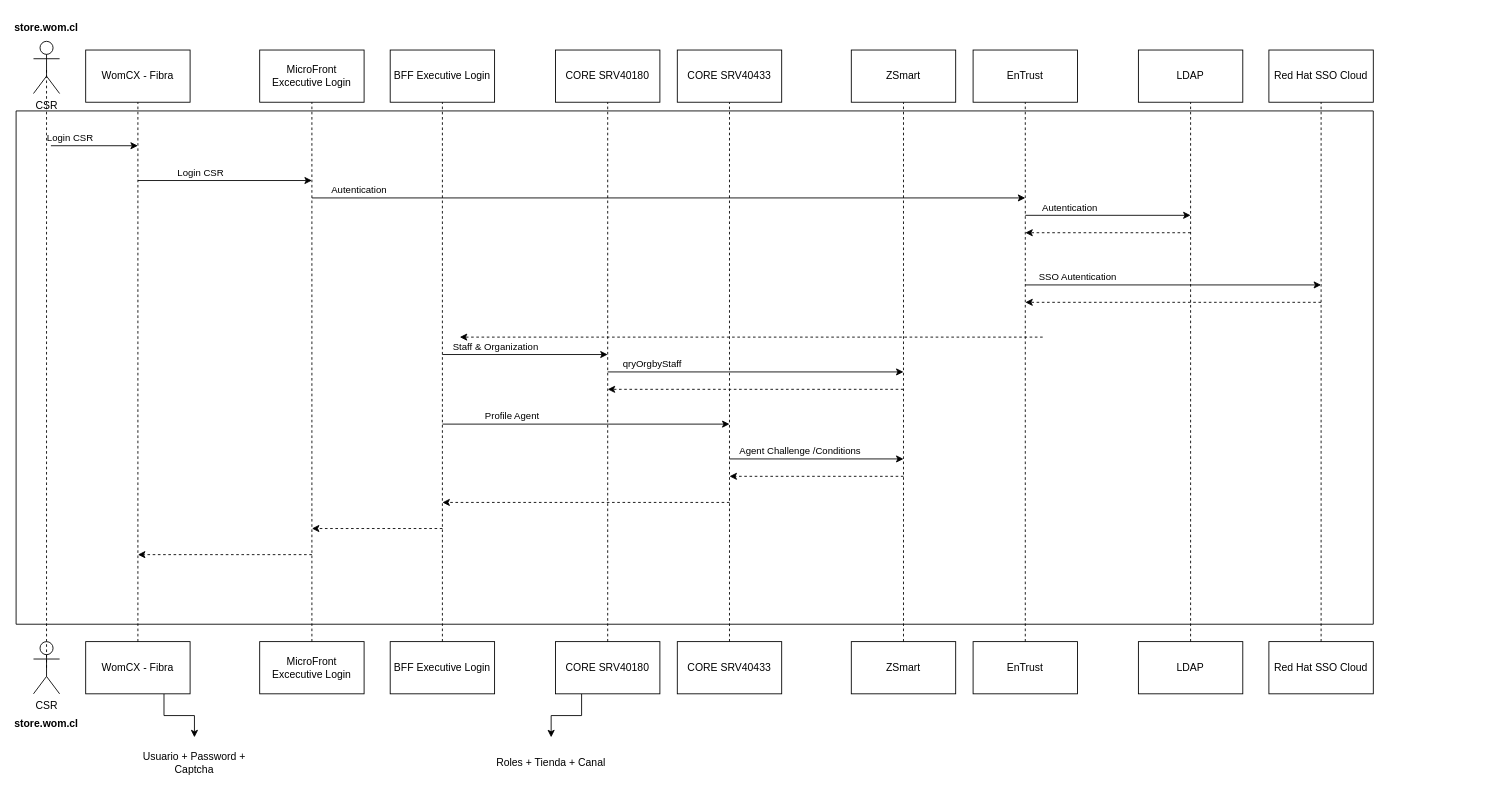
Earlier version of the draw.io diagram page "UML" (1 of 2) of LoginLayer.drawio (linosnt/womCX). Source tidied: cells renumbered, new cells numbered last; positions are measured from the earlier drawing's top-left corner, leaving out a move shared by most shapes. Both pictures are drawn from the tidied source at 87%, with x=0, y=0 at pixel (16, 15).
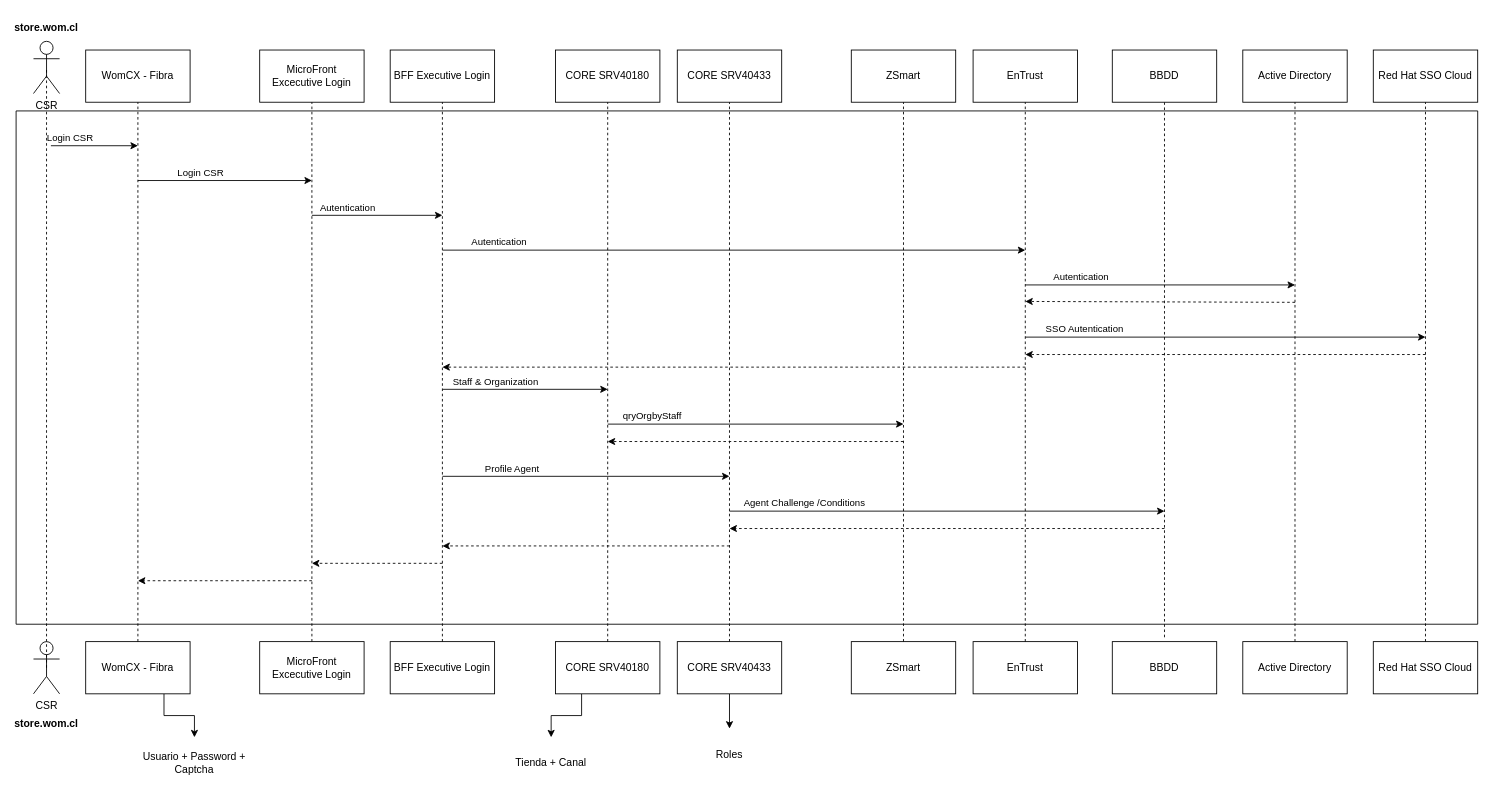
After the change.

Unchanged cells that the change refers to:
```xml
<mxCell id="33" value="CORE SRV40433" style="rounded=0;whiteSpace=wrap;html=1;" parent="1" vertex="1">
  <mxGeometry x="760" y="720" width="120" height="60" as="geometry" />
</mxCell>
```

What changed in the source:
```diff
@@
     <mxCell id="2" style="swimlane;startSize=0;" parent="1" vertex="1">
-      <mxGeometry y="110" width="1560" height="590" as="geometry" />
+      <mxGeometry y="110" width="1680" height="590" as="geometry" />
     </mxCell>
@@
-    <mxCell id="4" style="endArrow=classic;html=1;rounded=0;" parent="2" edge="1">
-      <mxGeometry relative="1" as="geometry">
-        <mxPoint x="1160" y="120" as="sourcePoint" />
-        <mxPoint x="1350" y="120" as="targetPoint" />
-      </mxGeometry>
-    </mxCell>
-    <mxCell id="5" value="Autentication" style="edgeLabel;html=1;align=center;verticalAlign=middle;fontSize=11;fontFamily=Helvetica;fontColor=default;" parent="4" vertex="1">
-      <mxGeometry x="-0.79" y="2" relative="1" as="geometry">
-        <mxPoint x="30" y="-8" as="offset" />
-      </mxGeometry>
-    </mxCell>
-    <mxCell id="6" style="endArrow=classic;html=1;rounded=0;labelBackgroundColor=default;strokeColor=default;fontFamily=Helvetica;fontSize=11;fontColor=default;shape=connector;dashed=1;" parent="2" edge="1">
-      <mxGeometry relative="1" as="geometry">
-        <mxPoint x="1500" y="220" as="sourcePoint" />
-        <mxPoint x="1160" y="220" as="targetPoint" />
-      </mxGeometry>
-    </mxCell>
     <mxCell id="7" style="endArrow=classic;html=1;rounded=0;labelBackgroundColor=default;strokeColor=default;fontFamily=Helvetica;fontSize=11;fontColor=default;shape=connector;dashed=1;" parent="2" edge="1">
       <mxGeometry relative="1" as="geometry">
-        <mxPoint x="820" y="450" as="sourcePoint" />
-        <mxPoint x="490" y="450" as="targetPoint" />
+        <mxPoint x="820" y="500" as="sourcePoint" />
+        <mxPoint x="490" y="500" as="targetPoint" />
       </mxGeometry>
     </mxCell>
     <mxCell id="8" style="endArrow=classic;html=1;rounded=0;labelBackgroundColor=default;strokeColor=default;fontFamily=Helvetica;fontSize=11;fontColor=default;shape=connector;" parent="2" edge="1">
       <mxGeometry relative="1" as="geometry">
-        <mxPoint x="680" y="300" as="sourcePoint" />
-        <mxPoint x="1020" y="300" as="targetPoint" />
+        <mxPoint x="680" y="360" as="sourcePoint" />
+        <mxPoint x="1020" y="360" as="targetPoint" />
       </mxGeometry>
     </mxCell>
@@
     <mxCell id="10" style="endArrow=classic;html=1;rounded=0;labelBackgroundColor=default;strokeColor=default;fontFamily=Helvetica;fontSize=11;fontColor=default;shape=connector;dashed=1;" parent="2" edge="1">
       <mxGeometry relative="1" as="geometry">
-        <mxPoint x="1020" y="320" as="sourcePoint" />
-        <mxPoint x="680" y="320" as="targetPoint" />
+        <mxPoint x="1020" y="380" as="sourcePoint" />
+        <mxPoint x="680" y="380" as="targetPoint" />
       </mxGeometry>
     </mxCell>
     <mxCell id="11" style="endArrow=classic;html=1;rounded=0;labelBackgroundColor=default;strokeColor=default;fontFamily=Helvetica;fontSize=11;fontColor=default;shape=connector;" parent="2" edge="1">
       <mxGeometry relative="1" as="geometry">
-        <mxPoint x="490" y="360" as="sourcePoint" />
-        <mxPoint x="820" y="360" as="targetPoint" />
+        <mxPoint x="490" y="420" as="sourcePoint" />
+        <mxPoint x="820" y="420" as="targetPoint" />
       </mxGeometry>
     </mxCell>
@@
     <mxCell id="13" style="endArrow=classic;html=1;rounded=0;labelBackgroundColor=default;strokeColor=default;fontFamily=Helvetica;fontSize=11;fontColor=default;shape=connector;" parent="2" edge="1">
       <mxGeometry relative="1" as="geometry">
-        <mxPoint x="820" y="400" as="sourcePoint" />
-        <mxPoint x="1020" y="400" as="targetPoint" />
+        <mxPoint x="820" y="460" as="sourcePoint" />
+        <mxPoint x="1320" y="460" as="targetPoint" />
       </mxGeometry>
     </mxCell>
     <mxCell id="14" value="&lt;div&gt;Agent Challenge /Conditions&lt;/div&gt;" style="edgeLabel;html=1;align=center;verticalAlign=middle;fontSize=11;fontFamily=Helvetica;fontColor=default;" parent="13" vertex="1">
       <mxGeometry x="-0.73" relative="1" as="geometry">
-        <mxPoint x="53" y="-10" as="offset" />
+        <mxPoint x="17" y="-10" as="offset" />
       </mxGeometry>
     </mxCell>
     <mxCell id="15" style="endArrow=classic;html=1;rounded=0;labelBackgroundColor=default;strokeColor=default;fontFamily=Helvetica;fontSize=11;fontColor=default;shape=connector;dashed=1;" parent="2" edge="1">
       <mxGeometry relative="1" as="geometry">
-        <mxPoint x="1020" y="420" as="sourcePoint" />
-        <mxPoint x="820" y="420" as="targetPoint" />
+        <mxPoint x="1320" y="480" as="sourcePoint" />
+        <mxPoint x="820" y="480" as="targetPoint" />
       </mxGeometry>
     </mxCell>
     <mxCell id="16" style="endArrow=classic;html=1;rounded=0;labelBackgroundColor=default;strokeColor=default;fontFamily=Helvetica;fontSize=11;fontColor=default;shape=connector;dashed=1;" parent="2" edge="1">
       <mxGeometry relative="1" as="geometry">
-        <mxPoint x="490" y="480" as="sourcePoint" />
-        <mxPoint x="340" y="480" as="targetPoint" />
+        <mxPoint x="490" y="520" as="sourcePoint" />
+        <mxPoint x="340" y="520" as="targetPoint" />
       </mxGeometry>
     </mxCell>
     <mxCell id="17" style="endArrow=classic;html=1;rounded=0;labelBackgroundColor=default;strokeColor=default;fontFamily=Helvetica;fontSize=11;fontColor=default;shape=connector;dashed=1;" parent="2" edge="1">
       <mxGeometry relative="1" as="geometry">
-        <mxPoint x="340" y="510" as="sourcePoint" />
-        <mxPoint x="140" y="510" as="targetPoint" />
+        <mxPoint x="340" y="540" as="sourcePoint" />
+        <mxPoint x="140" y="540" as="targetPoint" />
       </mxGeometry>
     </mxCell>
+    <mxCell id="62" style="endArrow=classic;html=1;rounded=0;labelBackgroundColor=default;strokeColor=default;fontFamily=Helvetica;fontSize=11;fontColor=default;shape=connector;dashed=1;" parent="2" edge="1">
+      <mxGeometry relative="1" as="geometry">
+        <mxPoint x="1160" y="294.5" as="sourcePoint" />
+        <mxPoint x="490" y="294.5" as="targetPoint" />
+      </mxGeometry>
+    </mxCell>
+    <mxCell id="63" style="endArrow=classic;html=1;rounded=0;" parent="2" edge="1">
+      <mxGeometry relative="1" as="geometry">
+        <mxPoint x="490" y="160" as="sourcePoint" />
+        <mxPoint x="1160" y="160" as="targetPoint" />
+      </mxGeometry>
+    </mxCell>
+    <mxCell id="64" value="Autentication" style="edgeLabel;html=1;align=center;verticalAlign=middle;fontSize=11;fontFamily=Helvetica;fontColor=default;" parent="63" vertex="1">
+      <mxGeometry x="-0.87" y="1" relative="1" as="geometry">
+        <mxPoint x="20" y="-9" as="offset" />
+      </mxGeometry>
+    </mxCell>
+    <mxCell id="51" style="endArrow=classic;html=1;rounded=0;" parent="2" edge="1">
+      <mxGeometry relative="1" as="geometry">
+        <mxPoint x="340" y="120" as="sourcePoint" />
+        <mxPoint x="490" y="120" as="targetPoint" />
+      </mxGeometry>
+    </mxCell>
+    <mxCell id="52" value="Autentication" style="edgeLabel;html=1;align=center;verticalAlign=middle;fontSize=11;fontFamily=Helvetica;fontColor=default;" parent="51" vertex="1">
+      <mxGeometry x="-0.87" y="1" relative="1" as="geometry">
+        <mxPoint x="30" y="-9" as="offset" />
+      </mxGeometry>
+    </mxCell>
+    <mxCell id="6" style="endArrow=classic;html=1;rounded=0;labelBackgroundColor=default;strokeColor=default;fontFamily=Helvetica;fontSize=11;fontColor=default;shape=connector;dashed=1;" parent="2" edge="1">
+      <mxGeometry relative="1" as="geometry">
+        <mxPoint x="1620" y="280" as="sourcePoint" />
+        <mxPoint x="1160" y="280" as="targetPoint" />
+      </mxGeometry>
+    </mxCell>
+    <mxCell id="54" style="endArrow=classic;html=1;rounded=0;labelBackgroundColor=default;strokeColor=default;fontFamily=Helvetica;fontSize=11;fontColor=default;shape=connector;" parent="2" edge="1">
+      <mxGeometry relative="1" as="geometry">
+        <mxPoint x="1160" y="260" as="sourcePoint" />
+        <mxPoint x="1620" y="260" as="targetPoint" />
+      </mxGeometry>
+    </mxCell>
+    <mxCell id="55" value="SSO Autentication" style="edgeLabel;html=1;align=center;verticalAlign=middle;fontSize=11;fontFamily=Helvetica;fontColor=default;" parent="54" vertex="1">
+      <mxGeometry x="-0.87" y="2" relative="1" as="geometry">
+        <mxPoint x="37" y="-8" as="offset" />
+      </mxGeometry>
+    </mxCell>
+    <mxCell id="53" style="endArrow=classic;html=1;rounded=0;labelBackgroundColor=default;strokeColor=default;fontFamily=Helvetica;fontSize=11;fontColor=default;shape=connector;dashed=1;" parent="2" edge="1">
+      <mxGeometry relative="1" as="geometry">
+        <mxPoint x="1470" y="220" as="sourcePoint" />
+        <mxPoint x="1160" y="219" as="targetPoint" />
+      </mxGeometry>
+    </mxCell>
+    <mxCell id="4" style="endArrow=classic;html=1;rounded=0;" parent="2" edge="1">
+      <mxGeometry relative="1" as="geometry">
+        <mxPoint x="1160" y="200" as="sourcePoint" />
+        <mxPoint x="1470" y="200" as="targetPoint" />
+      </mxGeometry>
+    </mxCell>
+    <mxCell id="5" value="Autentication" style="edgeLabel;html=1;align=center;verticalAlign=middle;fontSize=11;fontFamily=Helvetica;fontColor=default;" parent="4" vertex="1">
+      <mxGeometry x="-0.79" y="2" relative="1" as="geometry">
+        <mxPoint x="30" y="-8" as="offset" />
+      </mxGeometry>
+    </mxCell>
+    <mxCell id="56" style="endArrow=classic;html=1;rounded=0;labelBackgroundColor=default;strokeColor=default;fontFamily=Helvetica;fontSize=11;fontColor=default;shape=connector;" parent="2" edge="1">
+      <mxGeometry relative="1" as="geometry">
+        <mxPoint x="490" y="320" as="sourcePoint" />
+        <mxPoint x="680" y="320" as="targetPoint" />
+      </mxGeometry>
+    </mxCell>
+    <mxCell id="57" value="&lt;div&gt;Staff &amp;amp; Organization&lt;/div&gt;" style="edgeLabel;html=1;align=center;verticalAlign=middle;fontSize=11;fontFamily=Helvetica;fontColor=default;" parent="56" vertex="1">
+      <mxGeometry x="-0.73" relative="1" as="geometry">
+        <mxPoint x="34" y="-10" as="offset" />
+      </mxGeometry>
+    </mxCell>
+    <mxCell id="65" style="endArrow=none;dashed=1;html=1;rounded=0;entryX=0.5;entryY=1;entryDx=0;entryDy=0;" parent="2" edge="1">
+      <mxGeometry relative="1" as="geometry">
+        <mxPoint x="1320" y="605" as="sourcePoint" />
+        <mxPoint x="1320" y="-15" as="targetPoint" />
+      </mxGeometry>
+    </mxCell>
@@
-    <mxCell id="25" value="LDAP" style="rounded=0;whiteSpace=wrap;html=1;" parent="1" vertex="1">
-      <mxGeometry x="1290" y="40" width="120" height="60" as="geometry" />
+    <mxCell id="25" value="Active Directory" style="rounded=0;whiteSpace=wrap;html=1;" parent="1" vertex="1">
+      <mxGeometry x="1410" y="40" width="120" height="60" as="geometry" />
     </mxCell>
     <mxCell id="26" value="Red Hat SSO Cloud" style="rounded=0;whiteSpace=wrap;html=1;" parent="1" vertex="1">
-      <mxGeometry x="1440" y="40" width="120" height="60" as="geometry" />
+      <mxGeometry x="1560" y="40" width="120" height="60" as="geometry" />
     </mxCell>
@@
+    <mxCell id="66" style="edgeStyle=orthogonalEdgeStyle;rounded=0;jettySize=auto;html=1;exitX=0.5;exitY=1;exitDx=0;exitDy=0;" parent="1" edge="1" source="33" target="67">
+      <mxGeometry relative="1" as="geometry" />
+    </mxCell>
@@
-    <mxCell id="36" value="LDAP" style="rounded=0;whiteSpace=wrap;html=1;" parent="1" vertex="1">
-      <mxGeometry x="1290" y="720" width="120" height="60" as="geometry" />
+    <mxCell id="36" value="Active Directory" style="rounded=0;whiteSpace=wrap;html=1;" parent="1" vertex="1">
+      <mxGeometry x="1410" y="720" width="120" height="60" as="geometry" />
     </mxCell>
     <mxCell id="37" value="Red Hat SSO Cloud" style="rounded=0;whiteSpace=wrap;html=1;" parent="1" vertex="1">
-      <mxGeometry x="1440" y="720" width="120" height="60" as="geometry" />
+      <mxGeometry x="1560" y="720" width="120" height="60" as="geometry" />
     </mxCell>
@@
-    <mxCell id="51" style="endArrow=classic;html=1;rounded=0;" parent="1" edge="1">
-      <mxGeometry relative="1" as="geometry">
-        <mxPoint x="340" y="210" as="sourcePoint" />
-        <mxPoint x="1160" y="210" as="targetPoint" />
-      </mxGeometry>
-    </mxCell>
-    <mxCell id="52" value="Autentication" style="edgeLabel;html=1;align=center;verticalAlign=middle;fontSize=11;fontFamily=Helvetica;fontColor=default;" parent="51" vertex="1">
-      <mxGeometry x="-0.87" y="1" relative="1" as="geometry">
-        <mxPoint y="-9" as="offset" />
-      </mxGeometry>
-    </mxCell>
-    <mxCell id="53" style="endArrow=classic;html=1;rounded=0;labelBackgroundColor=default;strokeColor=default;fontFamily=Helvetica;fontSize=11;fontColor=default;shape=connector;dashed=1;" parent="1" edge="1">
-      <mxGeometry relative="1" as="geometry">
-        <mxPoint x="1350" y="250" as="sourcePoint" />
-        <mxPoint x="1160" y="250" as="targetPoint" />
-      </mxGeometry>
-    </mxCell>
-    <mxCell id="54" style="endArrow=classic;html=1;rounded=0;labelBackgroundColor=default;strokeColor=default;fontFamily=Helvetica;fontSize=11;fontColor=default;shape=connector;" parent="1" edge="1">
-      <mxGeometry relative="1" as="geometry">
-        <mxPoint x="1160" y="310" as="sourcePoint" />
-        <mxPoint x="1500" y="310" as="targetPoint" />
-      </mxGeometry>
-    </mxCell>
-    <mxCell id="55" value="SSO Autentication" style="edgeLabel;html=1;align=center;verticalAlign=middle;fontSize=11;fontFamily=Helvetica;fontColor=default;" parent="54" vertex="1">
-      <mxGeometry x="-0.87" y="2" relative="1" as="geometry">
-        <mxPoint x="37" y="-8" as="offset" />
-      </mxGeometry>
-    </mxCell>
-    <mxCell id="56" style="endArrow=classic;html=1;rounded=0;labelBackgroundColor=default;strokeColor=default;fontFamily=Helvetica;fontSize=11;fontColor=default;shape=connector;" parent="1" edge="1">
-      <mxGeometry relative="1" as="geometry">
-        <mxPoint x="490" y="390" as="sourcePoint" />
-        <mxPoint x="680" y="390" as="targetPoint" />
-      </mxGeometry>
-    </mxCell>
-    <mxCell id="57" value="&lt;div&gt;Staff &amp;amp; Organization&lt;/div&gt;" style="edgeLabel;html=1;align=center;verticalAlign=middle;fontSize=11;fontFamily=Helvetica;fontColor=default;" parent="56" vertex="1">
-      <mxGeometry x="-0.73" relative="1" as="geometry">
-        <mxPoint x="34" y="-10" as="offset" />
-      </mxGeometry>
-    </mxCell>
@@
-    <mxCell id="61" value="Roles + Tienda + Canal" style="text;html=1;strokeColor=none;fillColor=none;align=center;verticalAlign=middle;whiteSpace=wrap;rounded=0;" parent="1" vertex="1">
+    <mxCell id="61" value="Tienda + Canal" style="text;html=1;strokeColor=none;fillColor=none;align=center;verticalAlign=middle;whiteSpace=wrap;rounded=0;" parent="1" vertex="1">
       <mxGeometry x="540" y="830" width="150" height="60" as="geometry" />
     </mxCell>
-    <mxCell id="62" style="endArrow=classic;html=1;rounded=0;labelBackgroundColor=default;strokeColor=default;fontFamily=Helvetica;fontSize=11;fontColor=default;shape=connector;dashed=1;" parent="1" edge="1">
-      <mxGeometry relative="1" as="geometry">
-        <mxPoint x="1180" y="370" as="sourcePoint" />
-        <mxPoint x="510" y="370" as="targetPoint" />
-      </mxGeometry>
-    </mxCell>
+    <mxCell id="67" value="Roles" style="text;html=1;strokeColor=none;fillColor=none;align=center;verticalAlign=middle;whiteSpace=wrap;rounded=0;" parent="1" vertex="1">
+      <mxGeometry x="745" y="820" width="150" height="60" as="geometry" />
+    </mxCell>
+    <mxCell id="68" value="BBDD" style="rounded=0;whiteSpace=wrap;html=1;" parent="1" vertex="1">
+      <mxGeometry x="1260" y="720" width="120" height="60" as="geometry" />
+    </mxCell>
+    <mxCell id="69" value="BBDD" style="rounded=0;whiteSpace=wrap;html=1;" parent="1" vertex="1">
+      <mxGeometry x="1260" y="40" width="120" height="60" as="geometry" />
+    </mxCell>
```
